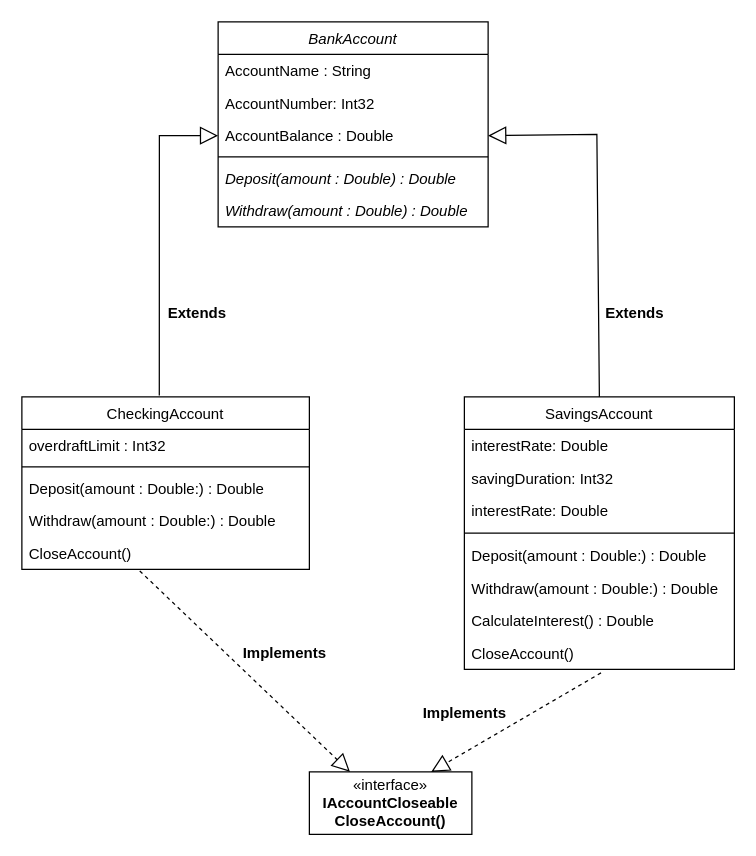
Earlier version of the draw.io diagram Week1/Day3/Images/Class_Diagram.drawio (LuqmanAH/FormulatrixBootcampB3). Source tidied: cells renumbered, new cells numbered last; positions are measured from the earlier drawing's top-left corner, leaving out a move shared by most shapes. Both pictures are drawn from the tidied source at 125%, with x=0, y=0 at pixel (21, 21).
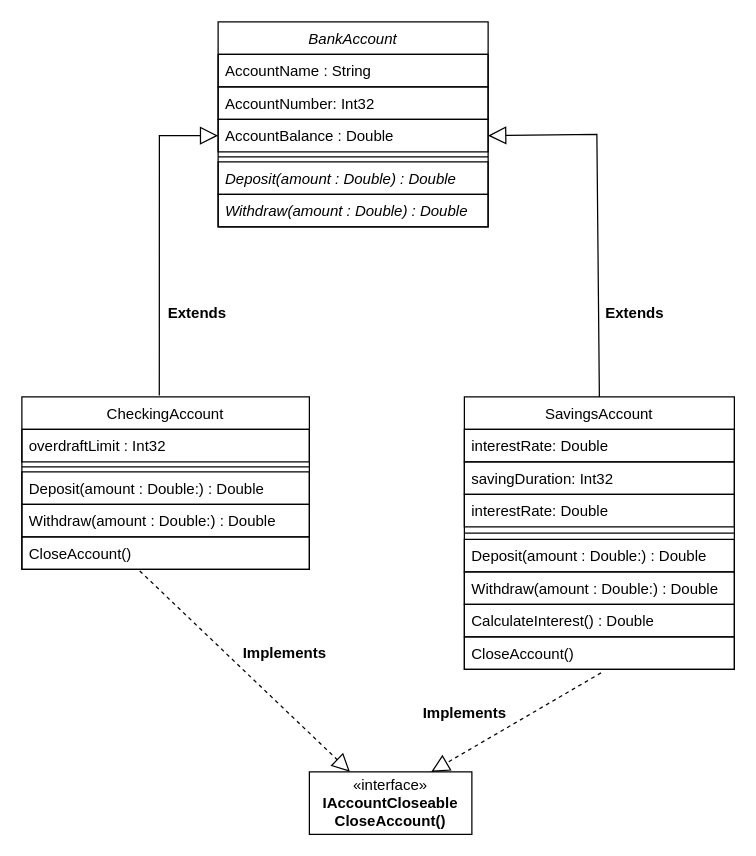
Above is the later version.

Commit message (it also covers changes not shown here):
Fixed the diagram backkground

Change to the diagram source:
```diff
@@
-<mxGraphModel>
+<mxGraphModel background="#ffffff">
@@
-    <mxCell id="2" value="BankAccount" style="swimlane;fontStyle=2;align=center;verticalAlign=top;horizontal=1;startSize=26;rounded=0;shadow=0;strokeWidth=1;" parent="1" vertex="1">
+    <mxCell id="2" value="BankAccount" style="swimlane;fontStyle=2;align=center;verticalAlign=top;horizontal=1;startSize=26;rounded=0;shadow=0;strokeWidth=1;fontColor=#000000;labelBorderColor=none;strokeColor=#000000;fillColor=none;" parent="1" vertex="1">
       <mxGeometry x="157" width="216" height="164" as="geometry" />
     </mxCell>
-    <mxCell id="3" value="AccountName : String" style="text;align=left;verticalAlign=top;spacingLeft=4;spacingRight=4;overflow=hidden;" parent="2" vertex="1">
+    <mxCell id="3" value="AccountName : String" style="text;align=left;verticalAlign=top;spacingLeft=4;spacingRight=4;overflow=hidden;fontColor=#000000;labelBorderColor=none;strokeColor=#000000;" parent="2" vertex="1">
       <mxGeometry y="26" width="216" height="26" as="geometry" />
     </mxCell>
-    <mxCell id="4" value="AccountNumber: Int32" style="text;align=left;verticalAlign=top;spacingLeft=4;spacingRight=4;overflow=hidden;rounded=0;shadow=0;html=0;" parent="2" vertex="1">
+    <mxCell id="4" value="AccountNumber: Int32" style="text;align=left;verticalAlign=top;spacingLeft=4;spacingRight=4;overflow=hidden;rounded=0;shadow=0;html=0;fontColor=#000000;labelBorderColor=none;strokeColor=#000000;" parent="2" vertex="1">
       <mxGeometry y="52" width="216" height="26" as="geometry" />
     </mxCell>
-    <mxCell id="5" value="AccountBalance : Double" style="text;align=left;verticalAlign=top;spacingLeft=4;spacingRight=4;overflow=hidden;points=[[0,0.5],[1,0.5]];portConstraint=eastwest;rounded=0;shadow=0;html=0;" parent="2" vertex="1">
+    <mxCell id="5" value="AccountBalance : Double" style="text;align=left;verticalAlign=top;spacingLeft=4;spacingRight=4;overflow=hidden;points=[[0,0.5],[1,0.5]];portConstraint=eastwest;rounded=0;shadow=0;html=0;fontColor=#000000;labelBorderColor=none;strokeColor=#000000;" parent="2" vertex="1">
       <mxGeometry y="78" width="216" height="26" as="geometry" />
     </mxCell>
-    <mxCell id="6" style="line;html=1;strokeWidth=1;align=left;verticalAlign=middle;spacingTop=-1;spacingLeft=3;spacingRight=3;labelPosition=right;" parent="2" vertex="1">
+    <mxCell id="6" style="line;html=1;strokeWidth=1;align=left;verticalAlign=middle;spacingTop=-1;spacingLeft=3;spacingRight=3;labelPosition=right;fontColor=#000000;labelBorderColor=none;strokeColor=#000000;" parent="2" vertex="1">
       <mxGeometry y="104" width="216" height="8" as="geometry" />
     </mxCell>
-    <mxCell id="7" value="Deposit(amount : Double) : Double" style="text;align=left;verticalAlign=top;spacingLeft=4;spacingRight=4;overflow=hidden;fontStyle=2;" parent="2" vertex="1">
+    <mxCell id="7" value="Deposit(amount : Double) : Double" style="text;align=left;verticalAlign=top;spacingLeft=4;spacingRight=4;overflow=hidden;fontStyle=2;fontColor=#000000;labelBorderColor=none;strokeColor=#000000;" parent="2" vertex="1">
       <mxGeometry y="112" width="216" height="26" as="geometry" />
     </mxCell>
-    <mxCell id="8" value="Withdraw(amount : Double) : Double" style="text;align=left;verticalAlign=top;spacingLeft=4;spacingRight=4;overflow=hidden;fontStyle=2;" parent="2" vertex="1">
+    <mxCell id="8" value="Withdraw(amount : Double) : Double" style="text;align=left;verticalAlign=top;spacingLeft=4;spacingRight=4;overflow=hidden;fontStyle=2;fontColor=#000000;labelBorderColor=none;strokeColor=#000000;" parent="2" vertex="1">
       <mxGeometry y="138" width="216" height="26" as="geometry" />
     </mxCell>
-    <mxCell id="9" value="CheckingAccount" style="swimlane;fontStyle=0;align=center;verticalAlign=top;horizontal=1;startSize=26;rounded=0;shadow=0;strokeWidth=1;" parent="1" vertex="1">
+    <mxCell id="9" value="CheckingAccount" style="swimlane;fontStyle=0;align=center;verticalAlign=top;horizontal=1;startSize=26;rounded=0;shadow=0;strokeWidth=1;fontColor=#000000;labelBorderColor=none;strokeColor=#000000;fillColor=none;" parent="1" vertex="1">
       <mxGeometry y="300" width="230" height="138" as="geometry" />
     </mxCell>
-    <mxCell id="10" value="overdraftLimit : Int32" style="text;align=left;verticalAlign=top;spacingLeft=4;spacingRight=4;overflow=hidden;" parent="9" vertex="1">
+    <mxCell id="10" value="overdraftLimit : Int32" style="text;align=left;verticalAlign=top;spacingLeft=4;spacingRight=4;overflow=hidden;fontColor=#000000;labelBorderColor=none;strokeColor=#000000;" parent="9" vertex="1">
       <mxGeometry y="26" width="230" height="26" as="geometry" />
     </mxCell>
-    <mxCell id="11" style="line;html=1;strokeWidth=1;align=left;verticalAlign=middle;spacingTop=-1;spacingLeft=3;spacingRight=3;labelPosition=right;" parent="9" vertex="1">
+    <mxCell id="11" style="line;html=1;strokeWidth=1;align=left;verticalAlign=middle;spacingTop=-1;spacingLeft=3;spacingRight=3;labelPosition=right;fontColor=#000000;labelBorderColor=none;strokeColor=#000000;" parent="9" vertex="1">
       <mxGeometry y="52" width="230" height="8" as="geometry" />
     </mxCell>
-    <mxCell id="12" value="Deposit(amount : Double:) : Double" style="text;align=left;verticalAlign=top;spacingLeft=4;spacingRight=4;overflow=hidden;fontStyle=0;" parent="9" vertex="1">
+    <mxCell id="12" value="Deposit(amount : Double:) : Double" style="text;align=left;verticalAlign=top;spacingLeft=4;spacingRight=4;overflow=hidden;fontStyle=0;fontColor=#000000;labelBorderColor=none;strokeColor=#000000;" parent="9" vertex="1">
       <mxGeometry y="60" width="230" height="26" as="geometry" />
     </mxCell>
-    <mxCell id="13" value="Withdraw(amount : Double:) : Double" style="text;align=left;verticalAlign=top;spacingLeft=4;spacingRight=4;overflow=hidden;" parent="9" vertex="1">
+    <mxCell id="13" value="Withdraw(amount : Double:) : Double" style="text;align=left;verticalAlign=top;spacingLeft=4;spacingRight=4;overflow=hidden;fontColor=#000000;labelBorderColor=none;strokeColor=#000000;" parent="9" vertex="1">
       <mxGeometry y="86" width="230" height="26" as="geometry" />
     </mxCell>
-    <mxCell id="14" value="CloseAccount()" style="text;align=left;verticalAlign=top;spacingLeft=4;spacingRight=4;overflow=hidden;points=[[0,0.5],[1,0.5]];portConstraint=eastwest;" parent="9" vertex="1">
+    <mxCell id="14" value="CloseAccount()" style="text;align=left;verticalAlign=top;spacingLeft=4;spacingRight=4;overflow=hidden;points=[[0,0.5],[1,0.5]];portConstraint=eastwest;fontColor=#000000;labelBorderColor=none;strokeColor=#000000;" parent="9" vertex="1">
       <mxGeometry y="112" width="230" height="26" as="geometry" />
     </mxCell>
-    <mxCell id="15" value="SavingsAccount" style="swimlane;fontStyle=0;align=center;verticalAlign=top;horizontal=1;startSize=26;rounded=0;shadow=0;strokeWidth=1;" parent="1" vertex="1">
+    <mxCell id="15" value="SavingsAccount" style="swimlane;fontStyle=0;align=center;verticalAlign=top;horizontal=1;startSize=26;rounded=0;shadow=0;strokeWidth=1;fontColor=#000000;labelBorderColor=none;strokeColor=#000000;fillColor=none;" parent="1" vertex="1">
       <mxGeometry x="354" y="300" width="216" height="218" as="geometry" />
     </mxCell>
-    <mxCell id="16" value="interestRate: Double&#10;" style="text;align=left;verticalAlign=top;spacingLeft=4;spacingRight=4;overflow=hidden;" parent="15" vertex="1">
+    <mxCell id="16" value="interestRate: Double&#10;" style="text;align=left;verticalAlign=top;spacingLeft=4;spacingRight=4;overflow=hidden;fontColor=#000000;labelBorderColor=none;strokeColor=#000000;" parent="15" vertex="1">
       <mxGeometry y="26" width="216" height="26" as="geometry" />
     </mxCell>
-    <mxCell id="17" value="savingDuration: Int32&#10;" style="text;align=left;verticalAlign=top;spacingLeft=4;spacingRight=4;overflow=hidden;" parent="15" vertex="1">
+    <mxCell id="17" value="savingDuration: Int32&#10;" style="text;align=left;verticalAlign=top;spacingLeft=4;spacingRight=4;overflow=hidden;fontColor=#000000;labelBorderColor=none;strokeColor=#000000;" parent="15" vertex="1">
       <mxGeometry y="52" width="216" height="26" as="geometry" />
     </mxCell>
-    <mxCell id="18" value="interestRate: Double&#10;" style="text;align=left;verticalAlign=top;spacingLeft=4;spacingRight=4;overflow=hidden;" parent="15" vertex="1">
+    <mxCell id="18" value="interestRate: Double&#10;" style="text;align=left;verticalAlign=top;spacingLeft=4;spacingRight=4;overflow=hidden;fontColor=#000000;labelBorderColor=none;strokeColor=#000000;" parent="15" vertex="1">
       <mxGeometry y="78" width="216" height="26" as="geometry" />
     </mxCell>
-    <mxCell id="19" style="line;html=1;strokeWidth=1;align=left;verticalAlign=middle;spacingTop=-1;spacingLeft=3;spacingRight=3;labelPosition=right;" parent="15" vertex="1">
+    <mxCell id="19" style="line;html=1;strokeWidth=1;align=left;verticalAlign=middle;spacingTop=-1;spacingLeft=3;spacingRight=3;labelPosition=right;fontColor=#000000;labelBorderColor=none;strokeColor=#000000;" parent="15" vertex="1">
       <mxGeometry y="104" width="216" height="10" as="geometry" />
     </mxCell>
-    <mxCell id="20" value="Deposit(amount : Double:) : Double" style="text;align=left;verticalAlign=top;spacingLeft=4;spacingRight=4;overflow=hidden;" parent="15" vertex="1">
+    <mxCell id="20" value="Deposit(amount : Double:) : Double" style="text;align=left;verticalAlign=top;spacingLeft=4;spacingRight=4;overflow=hidden;fontColor=#000000;labelBorderColor=none;strokeColor=#000000;" parent="15" vertex="1">
       <mxGeometry y="114" width="216" height="26" as="geometry" />
     </mxCell>
-    <mxCell id="21" value="Withdraw(amount : Double:) : Double" style="text;align=left;verticalAlign=top;spacingLeft=4;spacingRight=4;overflow=hidden;" parent="15" vertex="1">
+    <mxCell id="21" value="Withdraw(amount : Double:) : Double" style="text;align=left;verticalAlign=top;spacingLeft=4;spacingRight=4;overflow=hidden;fontColor=#000000;labelBorderColor=none;strokeColor=#000000;" parent="15" vertex="1">
       <mxGeometry y="140" width="216" height="26" as="geometry" />
     </mxCell>
-    <mxCell id="22" value="CalculateInterest() : Double" style="text;align=left;verticalAlign=top;spacingLeft=4;spacingRight=4;overflow=hidden;" parent="15" vertex="1">
+    <mxCell id="22" value="CalculateInterest() : Double" style="text;align=left;verticalAlign=top;spacingLeft=4;spacingRight=4;overflow=hidden;fontColor=#000000;labelBorderColor=none;strokeColor=#000000;" parent="15" vertex="1">
       <mxGeometry y="166" width="216" height="26" as="geometry" />
     </mxCell>
-    <mxCell id="23" value="CloseAccount()" style="text;align=left;verticalAlign=top;spacingLeft=4;spacingRight=4;overflow=hidden;points=[[0,0.5],[1,0.5]];portConstraint=eastwest;" parent="15" vertex="1">
+    <mxCell id="23" value="CloseAccount()" style="text;align=left;verticalAlign=top;spacingLeft=4;spacingRight=4;overflow=hidden;points=[[0,0.5],[1,0.5]];portConstraint=eastwest;fontColor=#000000;labelBorderColor=none;strokeColor=#000000;" parent="15" vertex="1">
       <mxGeometry y="192" width="216" height="26" as="geometry" />
     </mxCell>
-    <mxCell id="24" value="«interface»&lt;br&gt;&lt;b&gt;IAccountCloseable&lt;br&gt;CloseAccount()&lt;br&gt;&lt;/b&gt;" style="html=1;whiteSpace=wrap;" parent="1" vertex="1">
+    <mxCell id="24" value="«interface»&lt;br&gt;&lt;b&gt;IAccountCloseable&lt;br&gt;CloseAccount()&lt;br&gt;&lt;/b&gt;" style="html=1;whiteSpace=wrap;fontColor=#000000;labelBorderColor=none;strokeColor=#000000;fillColor=none;" parent="1" vertex="1">
       <mxGeometry x="230" y="600" width="130" height="50" as="geometry" />
     </mxCell>
-    <mxCell id="25" style="endArrow=block;endFill=0;endSize=12;html=1;rounded=0;entryX=0;entryY=0.5;entryDx=0;entryDy=0;exitX=0.478;exitY=-0.008;exitDx=0;exitDy=0;exitPerimeter=0;" parent="1" edge="1" source="9" target="5">
+    <mxCell id="25" style="endArrow=block;endFill=0;endSize=12;html=1;rounded=0;entryX=0;entryY=0.5;entryDx=0;entryDy=0;exitX=0.478;exitY=-0.008;exitDx=0;exitDy=0;exitPerimeter=0;fontColor=#000000;labelBorderColor=none;strokeColor=#000000;" parent="1" edge="1" source="9" target="5">
       <mxGeometry relative="1" as="geometry">
         <Array as="points">
           <mxPoint x="110" y="91" />
         </Array>
       </mxGeometry>
     </mxCell>
-    <mxCell id="26" style="endArrow=block;endFill=0;endSize=12;html=1;rounded=0;entryX=1;entryY=0.5;entryDx=0;entryDy=0;exitX=0.5;exitY=0;exitDx=0;exitDy=0;" parent="1" edge="1" source="15" target="5">
+    <mxCell id="26" style="endArrow=block;endFill=0;endSize=12;html=1;rounded=0;entryX=1;entryY=0.5;entryDx=0;entryDy=0;exitX=0.5;exitY=0;exitDx=0;exitDy=0;fontColor=#000000;labelBorderColor=none;strokeColor=#000000;" parent="1" edge="1" source="15" target="5">
       <mxGeometry relative="1" as="geometry">
         <Array as="points">
           <mxPoint x="460" y="90" />
         </Array>
       </mxGeometry>
     </mxCell>
-    <mxCell id="27" style="endArrow=block;dashed=1;endFill=0;endSize=12;html=1;rounded=0;exitX=0.41;exitY=1.048;exitDx=0;exitDy=0;exitPerimeter=0;entryX=0.25;entryY=0;entryDx=0;entryDy=0;" parent="1" edge="1" source="14" target="24">
+    <mxCell id="27" style="endArrow=block;dashed=1;endFill=0;endSize=12;html=1;rounded=0;exitX=0.41;exitY=1.048;exitDx=0;exitDy=0;exitPerimeter=0;entryX=0.25;entryY=0;entryDx=0;entryDy=0;fontColor=#000000;labelBorderColor=none;strokeColor=#000000;" parent="1" edge="1" source="14" target="24">
       <mxGeometry relative="1" as="geometry" />
     </mxCell>
-    <mxCell id="28" style="endArrow=block;dashed=1;endFill=0;endSize=12;html=1;rounded=0;exitX=0.506;exitY=1.109;exitDx=0;exitDy=0;exitPerimeter=0;entryX=0.75;entryY=0;entryDx=0;entryDy=0;" parent="1" edge="1" source="23" target="24">
+    <mxCell id="28" style="endArrow=block;dashed=1;endFill=0;endSize=12;html=1;rounded=0;exitX=0.506;exitY=1.109;exitDx=0;exitDy=0;exitPerimeter=0;entryX=0.75;entryY=0;entryDx=0;entryDy=0;fontColor=#000000;labelBorderColor=none;strokeColor=#000000;" parent="1" edge="1" source="23" target="24">
       <mxGeometry relative="1" as="geometry" />
     </mxCell>
-    <mxCell id="29" value="Extends" style="text;align=center;fontStyle=1;verticalAlign=middle;spacingLeft=3;spacingRight=3;strokeColor=none;html=1;" parent="1" vertex="1">
+    <mxCell id="29" value="Extends" style="text;align=center;fontStyle=1;verticalAlign=middle;spacingLeft=3;spacingRight=3;strokeColor=none;html=1;fontColor=#000000;labelBorderColor=none;" parent="1" vertex="1">
       <mxGeometry x="100" y="220" width="80" height="26" as="geometry" />
     </mxCell>
-    <mxCell id="30" value="Extends" style="text;align=center;fontStyle=1;verticalAlign=middle;spacingLeft=3;spacingRight=3;strokeColor=none;html=1;" parent="1" vertex="1">
+    <mxCell id="30" value="Extends" style="text;align=center;fontStyle=1;verticalAlign=middle;spacingLeft=3;spacingRight=3;strokeColor=none;html=1;fontColor=#000000;labelBorderColor=none;" parent="1" vertex="1">
       <mxGeometry x="450" y="220" width="80" height="26" as="geometry" />
     </mxCell>
-    <mxCell id="31" value="Implements" style="text;align=center;fontStyle=1;verticalAlign=middle;spacingLeft=3;spacingRight=3;strokeColor=none;html=1;" parent="1" vertex="1">
+    <mxCell id="31" value="Implements" style="text;align=center;fontStyle=1;verticalAlign=middle;spacingLeft=3;spacingRight=3;strokeColor=none;html=1;fontColor=#000000;labelBorderColor=none;" parent="1" vertex="1">
       <mxGeometry x="170" y="492" width="80" height="26" as="geometry" />
     </mxCell>
-    <mxCell id="32" value="Implements" style="text;align=center;fontStyle=1;verticalAlign=middle;spacingLeft=3;spacingRight=3;strokeColor=none;html=1;" parent="1" vertex="1">
+    <mxCell id="32" value="Implements" style="text;align=center;fontStyle=1;verticalAlign=middle;spacingLeft=3;spacingRight=3;strokeColor=none;html=1;fontColor=#000000;labelBorderColor=none;" parent="1" vertex="1">
       <mxGeometry x="314" y="540" width="80" height="26" as="geometry" />
     </mxCell>
```
